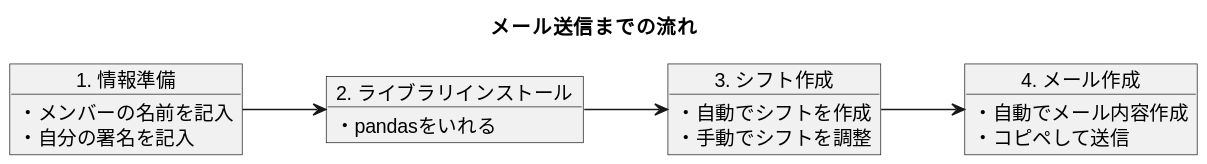
This is uml/tool_usage.svg from takaya-hirano-hayashibeLabo/CleaningSchedule, a PlantUML export, as it was before one commit. Its diagram source:
```plantuml
@startuml
left to right direction

title メール送信までの流れ

object "1. 情報準備" as P1
P1 : ・メンバーの名前を記入
P1 : ・自分の署名を記入

object "2. ライブラリインストール" as P2
P2 : ・pandasをいれる

object "3. シフト作成" as P3
P3 : ・自動でシフトを作成
P3 : ・手動でシフトを調整

object "4. メール作成" as P4
P4 : ・自動でメール内容作成
P4 : ・コピペして送信

P1 --> P2
P2 --> P3
P3 --> P4
@enduml
```
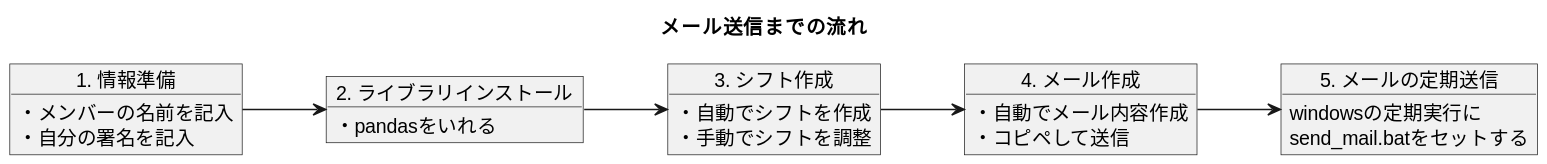
After the change.

Diff of the diagram source:
```diff
@@ -18,7 +18,11 @@
 P4 : ・自動でメール内容作成
 P4 : ・コピペして送信
 
+object "5. メールの定期送信" as P5
+P5 : windowsの定期実行に\nsend_mail.batをセットする
+
 P1 --> P2
 P2 --> P3
 P3 --> P4
+P4 --> P5
 @enduml
```
